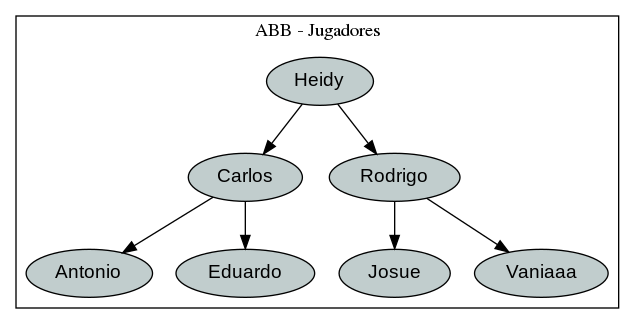
Above: EDD_1S2020_PY1_201213487/ABB.png in VaniaArgueta/EDD_1S2020_PY1_201213487 (Graphviz), before the change. Its source is kept beside it as EDD_1S2020_PY1_201213487/ABB.dot.
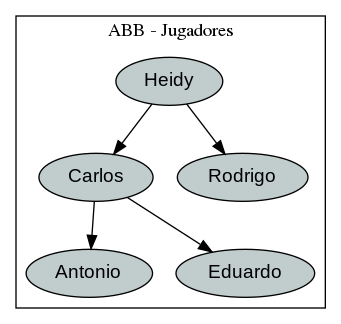
Later version of the same file.

What changed in the source:
```diff
@@ -7,13 +7,9 @@
 node[label =" Antonio "]ABBAntonio;
 node[label =" Eduardo "]ABBEduardo;
 node[label =" Rodrigo "]ABBRodrigo;
-node[label =" Josue "]ABBJosue;
-node[label =" Vaniaaa "]ABBVaniaaa;
 ABBHeidy->ABBCarlos;
 ABBCarlos->ABBAntonio;
 ABBCarlos->ABBEduardo;
 ABBHeidy->ABBRodrigo;
-ABBRodrigo->ABBJosue;
-ABBRodrigo->ABBVaniaaa;
 }
 }
```
